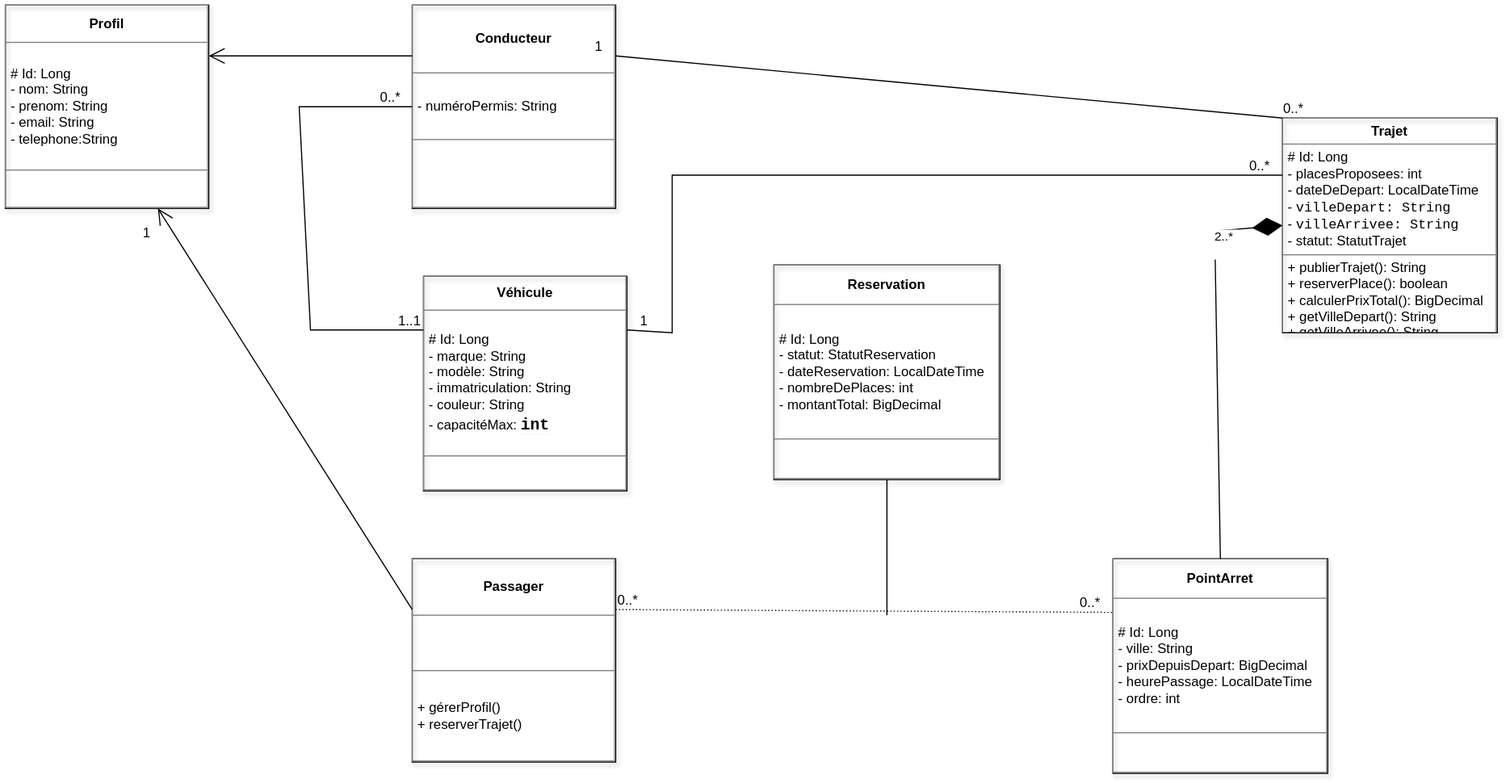
Above: docs/diagramme-classes.drawio.svg in OUTERGA-MOUSTAFA/Taxi (draw.io), before the change. Source tidied: cells renumbered, new cells last; positions are measured from the earlier drawing's top-left corner, leaving out a move shared by most shapes.
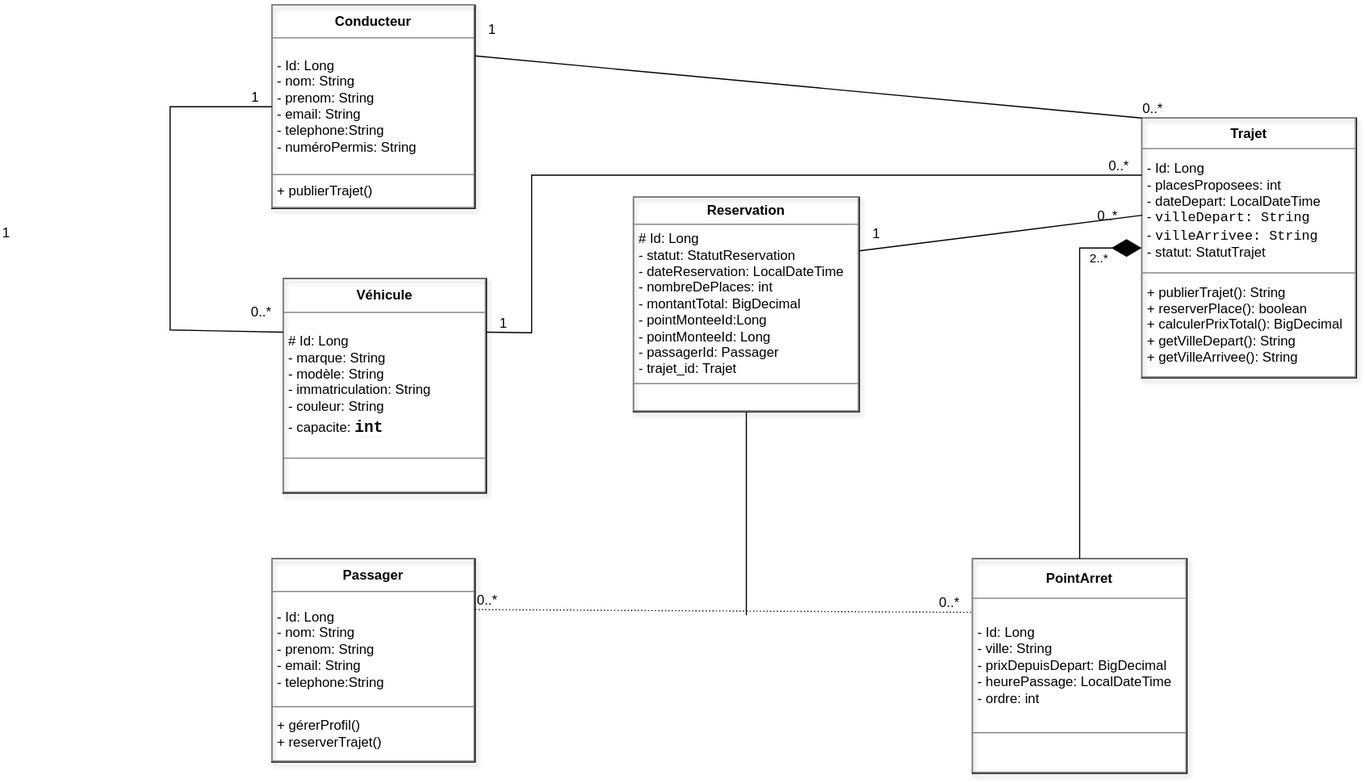
Later version of the same file.

The edit, as a diff of the source:
```diff
@@ -2,46 +2,48 @@
   <root>
     <mxCell id="0" />
     <mxCell id="1" parent="0" />
-    <mxCell id="2" value="&lt;table border=&quot;1&quot; width=&quot;100%&quot; height=&quot;100%&quot; cellpadding=&quot;4&quot; style=&quot;width:100%;height:100%;border-collapse:collapse;&quot;&gt;&lt;tbody&gt;&lt;tr&gt;&lt;th align=&quot;center&quot;&gt;Conducteur&lt;/th&gt;&lt;/tr&gt;&lt;tr&gt;&lt;td&gt;- numéroPermis: String&lt;/td&gt;&lt;/tr&gt;&lt;tr&gt;&lt;td&gt;&lt;br&gt;&lt;/td&gt;&lt;/tr&gt;&lt;/tbody&gt;&lt;/table&gt;" style="text;html=1;whiteSpace=wrap;strokeColor=#010101;fillColor=none;overflow=fill;shadow=1;" parent="1" vertex="1">
+    <mxCell id="2" value="&lt;table border=&quot;1&quot; width=&quot;100%&quot; height=&quot;100%&quot; cellpadding=&quot;4&quot; style=&quot;width:100%;height:100%;border-collapse:collapse;&quot;&gt;&lt;tbody&gt;&lt;tr&gt;&lt;th align=&quot;center&quot;&gt;Conducteur&lt;/th&gt;&lt;/tr&gt;&lt;tr&gt;&lt;td&gt;- Id: Long&lt;br&gt;- nom: String&lt;br&gt;- prenom: String&lt;br&gt;- email: String&lt;br&gt;- telephone:String&lt;br&gt;- numéroPermis: String&lt;/td&gt;&lt;/tr&gt;&lt;tr&gt;&lt;td&gt;+&amp;nbsp;publierTrajet()&lt;/td&gt;&lt;/tr&gt;&lt;/tbody&gt;&lt;/table&gt;" style="text;html=1;whiteSpace=wrap;strokeColor=#010101;fillColor=none;overflow=fill;shadow=1;" parent="1" vertex="1">
       <mxGeometry x="360" width="180" height="180" as="geometry" />
     </mxCell>
-    <mxCell id="3" value="&lt;table border=&quot;1&quot; width=&quot;100%&quot; height=&quot;100%&quot; cellpadding=&quot;4&quot; style=&quot;width:100%;height:100%;border-collapse:collapse;&quot;&gt;&lt;tbody&gt;&lt;tr&gt;&lt;th align=&quot;center&quot;&gt;Véhicule&lt;/th&gt;&lt;/tr&gt;&lt;tr&gt;&lt;td&gt;# Id: Long&lt;br&gt;- marque: String&lt;br&gt;- modèle: String&lt;br&gt;- immatriculation: String&lt;br&gt;- couleur: String&lt;br&gt;- capacitéMax:&amp;nbsp;&lt;span class=&quot;rQesXe MPyX&quot; style=&quot;font-family: &amp;quot;Google Sans&amp;quot;, Arial, sans-serif, &amp;quot;Noto Color Emoji&amp;quot;; font-size: 16px; font-weight: 700; margin: 0px; border-bottom: 0px rgb(10, 10, 10);&quot;&gt;&lt;code dir=&quot;ltr&quot; class=&quot;KDcb0c&quot; style=&quot;font-size: 14px; margin: 0px; border-bottom: 0.8px solid rgb(243, 245, 246);&quot;&gt;int&lt;/code&gt;&lt;/span&gt;&lt;br&gt;&lt;/td&gt;&lt;/tr&gt;&lt;tr&gt;&lt;td&gt;&lt;br&gt;&lt;/td&gt;&lt;/tr&gt;&lt;/tbody&gt;&lt;/table&gt;" style="text;html=1;whiteSpace=wrap;strokeColor=#010101;fillColor=none;overflow=fill;shadow=1;" parent="1" vertex="1">
-      <mxGeometry x="370" y="240" width="180" height="190" as="geometry" />
+    <mxCell id="3" value="&lt;table border=&quot;1&quot; width=&quot;100%&quot; height=&quot;100%&quot; cellpadding=&quot;4&quot; style=&quot;width:100%;height:100%;border-collapse:collapse;&quot;&gt;&lt;tbody&gt;&lt;tr&gt;&lt;th align=&quot;center&quot;&gt;Véhicule&lt;/th&gt;&lt;/tr&gt;&lt;tr&gt;&lt;td&gt;# Id: Long&lt;br&gt;- marque: String&lt;br&gt;- modèle: String&lt;br&gt;- immatriculation: String&lt;br&gt;- couleur: String&lt;br&gt;- capacite:&amp;nbsp;&lt;span class=&quot;rQesXe MPyX&quot; style=&quot;font-family: &amp;quot;Google Sans&amp;quot;, Arial, sans-serif, &amp;quot;Noto Color Emoji&amp;quot;; font-size: 16px; font-weight: 700; margin: 0px; border-bottom: 0px rgb(10, 10, 10);&quot;&gt;&lt;code dir=&quot;ltr&quot; class=&quot;KDcb0c&quot; style=&quot;font-size: 14px; margin: 0px; border-bottom: 0.8px solid rgb(243, 245, 246);&quot;&gt;int&lt;/code&gt;&lt;/span&gt;&lt;br&gt;&lt;/td&gt;&lt;/tr&gt;&lt;tr&gt;&lt;td&gt;&lt;br&gt;&lt;/td&gt;&lt;/tr&gt;&lt;/tbody&gt;&lt;/table&gt;" style="text;html=1;whiteSpace=wrap;strokeColor=#010101;fillColor=none;overflow=fill;shadow=1;" parent="1" vertex="1">
+      <mxGeometry x="370" y="242" width="180" height="190" as="geometry" />
     </mxCell>
-    <mxCell id="4" value="&lt;table border=&quot;1&quot; width=&quot;100%&quot; height=&quot;100%&quot; cellpadding=&quot;4&quot; style=&quot;width:100%;height:100%;border-collapse:collapse;&quot;&gt;&lt;tbody&gt;&lt;tr&gt;&lt;th align=&quot;center&quot;&gt;Passager&lt;/th&gt;&lt;/tr&gt;&lt;tr&gt;&lt;td&gt;&lt;br&gt;&lt;/td&gt;&lt;/tr&gt;&lt;tr&gt;&lt;td&gt;+ gérerProfil()&lt;br&gt;+&amp;nbsp;reserverTrajet()&lt;/td&gt;&lt;/tr&gt;&lt;/tbody&gt;&lt;/table&gt;" style="text;html=1;whiteSpace=wrap;strokeColor=#010101;fillColor=none;overflow=fill;shadow=1;" parent="1" vertex="1">
+    <mxCell id="4" value="&lt;table border=&quot;1&quot; width=&quot;100%&quot; height=&quot;100%&quot; cellpadding=&quot;4&quot; style=&quot;width:100%;height:100%;border-collapse:collapse;&quot;&gt;&lt;tbody&gt;&lt;tr&gt;&lt;th align=&quot;center&quot;&gt;Passager&lt;/th&gt;&lt;/tr&gt;&lt;tr&gt;&lt;td&gt;- Id: Long&lt;br&gt;- nom: String&lt;br&gt;- prenom: String&lt;br&gt;- email: String&lt;br&gt;- telephone:String&lt;/td&gt;&lt;/tr&gt;&lt;tr&gt;&lt;td&gt;+ gérerProfil()&lt;br&gt;+&amp;nbsp;reserverTrajet()&lt;/td&gt;&lt;/tr&gt;&lt;/tbody&gt;&lt;/table&gt;" style="text;html=1;whiteSpace=wrap;strokeColor=#010101;fillColor=none;overflow=fill;shadow=1;" parent="1" vertex="1">
       <mxGeometry x="360" y="490" width="180" height="180" as="geometry" />
     </mxCell>
-    <mxCell id="5" value="&lt;table border=&quot;1&quot; width=&quot;100%&quot; height=&quot;100%&quot; cellpadding=&quot;4&quot; style=&quot;width:100%;height:100%;border-collapse:collapse;&quot;&gt;&lt;tbody&gt;&lt;tr&gt;&lt;th align=&quot;center&quot;&gt;Trajet&lt;/th&gt;&lt;/tr&gt;&lt;tr&gt;&lt;td&gt;# Id: Long&lt;br&gt;- placesProposees: int&lt;br&gt;-&amp;nbsp;dateDeDepart: LocalDateTime&lt;br&gt;-&amp;nbsp;&lt;code dir=&quot;ltr&quot;&gt;villeDepart: String&lt;br&gt;&lt;/code&gt;- &lt;code dir=&quot;ltr&quot;&gt;villeArrivee: String&lt;/code&gt;&lt;br&gt;- statut:&amp;nbsp;StatutTrajet&lt;/td&gt;&lt;/tr&gt;&lt;tr&gt;&lt;td&gt;+ publierTrajet(): String&lt;br&gt;+ reserverPlace(): boolean&lt;br&gt;+ calculerPrixTotal(): BigDecimal&lt;br&gt;+&amp;nbsp;getVilleDepart(): String&lt;br&gt;+&amp;nbsp;getVilleArrivee(): String&lt;/td&gt;&lt;/tr&gt;&lt;/tbody&gt;&lt;/table&gt;" style="text;html=1;whiteSpace=wrap;strokeColor=#010101;fillColor=none;overflow=fill;shadow=1;" parent="1" vertex="1">
-      <mxGeometry x="1130" y="100" width="190" height="190" as="geometry" />
+    <mxCell id="5" value="&lt;table border=&quot;1&quot; width=&quot;100%&quot; height=&quot;100%&quot; cellpadding=&quot;4&quot; style=&quot;width:100%;height:100%;border-collapse:collapse;&quot;&gt;&lt;tbody&gt;&lt;tr&gt;&lt;th align=&quot;center&quot;&gt;Trajet&lt;/th&gt;&lt;/tr&gt;&lt;tr&gt;&lt;td&gt;- Id: Long&lt;br&gt;- placesProposees: int&lt;br&gt;-&amp;nbsp;dateDepart: LocalDateTime&lt;br&gt;-&amp;nbsp;&lt;code dir=&quot;ltr&quot;&gt;villeDepart: String&lt;br&gt;&lt;/code&gt;- &lt;code dir=&quot;ltr&quot;&gt;villeArrivee: String&lt;/code&gt;&lt;br&gt;- statut:&amp;nbsp;StatutTrajet&lt;/td&gt;&lt;/tr&gt;&lt;tr&gt;&lt;td&gt;+ publierTrajet(): String&lt;br&gt;+ reserverPlace(): boolean&lt;br&gt;+ calculerPrixTotal(): BigDecimal&lt;br&gt;+&amp;nbsp;getVilleDepart(): String&lt;br&gt;+&amp;nbsp;getVilleArrivee(): String&lt;/td&gt;&lt;/tr&gt;&lt;/tbody&gt;&lt;/table&gt;" style="text;html=1;whiteSpace=wrap;strokeColor=#010101;fillColor=none;overflow=fill;shadow=1;" parent="1" vertex="1">
+      <mxGeometry x="1130" y="100" width="190" height="230" as="geometry" />
     </mxCell>
-    <mxCell id="6" value="&lt;table border=&quot;1&quot; width=&quot;100%&quot; height=&quot;100%&quot; cellpadding=&quot;4&quot; style=&quot;width:100%;height:100%;border-collapse:collapse;&quot;&gt;&lt;tbody&gt;&lt;tr&gt;&lt;th align=&quot;center&quot;&gt;PointArret&lt;/th&gt;&lt;/tr&gt;&lt;tr&gt;&lt;td&gt;# Id: Long&lt;br&gt;- ville: String&lt;br&gt;- prixDepuisDepart:&amp;nbsp;BigDecimal&lt;br&gt;- heurePassage:&amp;nbsp;LocalDateTime&lt;br&gt;-&amp;nbsp;ordre: int&lt;/td&gt;&lt;/tr&gt;&lt;tr&gt;&lt;td&gt;&lt;br&gt;&lt;/td&gt;&lt;/tr&gt;&lt;/tbody&gt;&lt;/table&gt;" style="text;html=1;whiteSpace=wrap;strokeColor=#010101;fillColor=none;overflow=fill;shadow=1;" parent="1" vertex="1">
+    <mxCell id="6" value="&lt;table border=&quot;1&quot; width=&quot;100%&quot; height=&quot;100%&quot; cellpadding=&quot;4&quot; style=&quot;width:100%;height:100%;border-collapse:collapse;&quot;&gt;&lt;tbody&gt;&lt;tr&gt;&lt;th align=&quot;center&quot;&gt;PointArret&lt;/th&gt;&lt;/tr&gt;&lt;tr&gt;&lt;td&gt;- Id: Long&lt;br&gt;- ville: String&lt;br&gt;- prixDepuisDepart:&amp;nbsp;BigDecimal&lt;br&gt;- heurePassage:&amp;nbsp;LocalDateTime&lt;br&gt;-&amp;nbsp;ordre: int&lt;br&gt;&lt;/td&gt;&lt;/tr&gt;&lt;tr&gt;&lt;td&gt;&lt;br&gt;&lt;/td&gt;&lt;/tr&gt;&lt;/tbody&gt;&lt;/table&gt;" style="text;html=1;whiteSpace=wrap;strokeColor=#010101;fillColor=none;overflow=fill;shadow=1;" parent="1" vertex="1">
       <mxGeometry x="980" y="490" width="190" height="190" as="geometry" />
     </mxCell>
-    <mxCell id="7" value="&lt;table border=&quot;1&quot; width=&quot;100%&quot; height=&quot;100%&quot; cellpadding=&quot;4&quot; style=&quot;width:100%;height:100%;border-collapse:collapse;&quot;&gt;&lt;tbody&gt;&lt;tr&gt;&lt;th align=&quot;center&quot;&gt;Reservation&lt;/th&gt;&lt;/tr&gt;&lt;tr&gt;&lt;td&gt;# Id: Long&lt;br&gt;- statut: StatutReservation&lt;br&gt;- dateReservation: LocalDateTime&lt;br&gt;-&amp;nbsp;nombreDePlaces: int&lt;br&gt;-&amp;nbsp;montantTotal: BigDecimal&lt;/td&gt;&lt;/tr&gt;&lt;tr&gt;&lt;td&gt;&lt;br&gt;&lt;/td&gt;&lt;/tr&gt;&lt;/tbody&gt;&lt;/table&gt;" style="text;html=1;whiteSpace=wrap;strokeColor=#010101;fillColor=none;overflow=fill;shadow=1;" parent="1" vertex="1">
-      <mxGeometry x="680" y="230" width="200" height="190" as="geometry" />
+    <mxCell id="7" value="&lt;table border=&quot;1&quot; width=&quot;100%&quot; height=&quot;100%&quot; cellpadding=&quot;4&quot; style=&quot;width:100%;height:100%;border-collapse:collapse;&quot;&gt;&lt;tbody&gt;&lt;tr&gt;&lt;th align=&quot;center&quot;&gt;Reservation&lt;/th&gt;&lt;/tr&gt;&lt;tr&gt;&lt;td&gt;# Id: Long&lt;br&gt;- statut: StatutReservation&lt;br&gt;- dateReservation: LocalDateTime&lt;br&gt;-&amp;nbsp;nombreDePlaces: int&lt;br&gt;-&amp;nbsp;montantTotal: BigDecimal&lt;br&gt;-&amp;nbsp;pointMonteeId:Long&lt;br&gt;-&amp;nbsp;pointMonteeId: Long&lt;br&gt;- passagerId: Passager&lt;br&gt;-&amp;nbsp;trajet_id: Trajet&lt;br&gt;&lt;/td&gt;&lt;/tr&gt;&lt;tr&gt;&lt;td&gt;&lt;br&gt;&lt;/td&gt;&lt;/tr&gt;&lt;/tbody&gt;&lt;/table&gt;" style="text;html=1;whiteSpace=wrap;strokeColor=#010101;fillColor=none;overflow=fill;shadow=1;" parent="1" vertex="1">
+      <mxGeometry x="680" y="170" width="200" height="190" as="geometry" />
     </mxCell>
     <mxCell id="8" style="endArrow=none;html=1;rounded=0;defaultLabelBackgroundColor=page;labelPadding=0 4;exitX=0;exitY=0.5;exitDx=0;exitDy=0;entryX=0;entryY=0.25;entryDx=0;entryDy=0;" parent="1" edge="1" source="2" target="3">
       <mxGeometry x="-0.01" relative="1" as="geometry">
         <Array as="points">
-          <mxPoint x="260" y="90" />
+          <mxPoint x="270" y="90" />
           <mxPoint x="270" y="287.5" />
         </Array>
       </mxGeometry>
     </mxCell>
     <mxCell id="9" value="0..*" style="html=1;whiteSpace=wrap;align=left;verticalAlign=bottom;" parent="8" vertex="1">
       <mxGeometry x="-1" relative="1" as="geometry">
-        <mxPoint x="-30" as="offset" />
+        <mxPoint x="-20" y="190" as="offset" />
       </mxGeometry>
     </mxCell>
-    <mxCell id="10" value="1..1" style="html=1;whiteSpace=wrap;align=right;verticalAlign=bottom;" parent="8" vertex="1">
-      <mxGeometry x="1" relative="1" as="geometry" />
+    <mxCell id="10" value="1" style="html=1;whiteSpace=wrap;align=right;verticalAlign=bottom;" parent="8" vertex="1">
+      <mxGeometry x="1" relative="1" as="geometry">
+        <mxPoint x="-19" y="-199" as="offset" />
+      </mxGeometry>
     </mxCell>
     <mxCell id="11" style="endArrow=none;html=1;rounded=0;defaultLabelBackgroundColor=page;labelPadding=0 4;exitX=1;exitY=0.25;exitDx=0;exitDy=0;entryX=0;entryY=0;entryDx=0;entryDy=0;" parent="1" edge="1" source="2" target="5">
       <mxGeometry relative="1" as="geometry" />
     </mxCell>
     <mxCell id="12" value="1" style="html=1;whiteSpace=wrap;align=left;verticalAlign=bottom;" parent="11" vertex="1">
       <mxGeometry x="-1" relative="1" as="geometry">
-        <mxPoint x="-20" as="offset" />
+        <mxPoint x="10" y="-15" as="offset" />
       </mxGeometry>
     </mxCell>
     <mxCell id="13" value="0..*" style="html=1;whiteSpace=wrap;align=right;verticalAlign=bottom;" parent="11" vertex="1">
@@ -86,15 +88,15 @@
       </mxGeometry>
     </mxCell>
     <mxCell id="21" style="endArrow=diamondThin;endFill=1;endSize=24;html=1;rounded=0;defaultLabelBackgroundColor=page;labelPadding=0 4;exitX=0.5;exitY=0;exitDx=0;exitDy=0;entryX=0;entryY=0.5;entryDx=0;entryDy=0;" parent="1" edge="1" source="6" target="5">
-      <mxGeometry x="0.06" relative="1" as="geometry">
+      <mxGeometry x="0.05" relative="1" as="geometry">
         <Array as="points">
-          <mxPoint x="1070" y="200" />
+          <mxPoint x="1075" y="215" />
         </Array>
       </mxGeometry>
     </mxCell>
     <mxCell id="22" value="2..*&lt;div&gt;&lt;br&gt;&lt;/div&gt;" style="edgeLabel;html=1;align=center;verticalAlign=middle;inheritText=1;defaultLabelBackgroundColor=page;labelPadding=0 4;" parent="21" vertex="1">
       <mxGeometry x="0.89" y="1" relative="1" as="geometry">
-        <mxPoint x="-32" y="16" as="offset" />
+        <mxPoint x="-20" y="16" as="offset" />
       </mxGeometry>
     </mxCell>
     <mxCell id="23" style="endArrow=none;html=1;rounded=0;defaultLabelBackgroundColor=page;labelPadding=0 4;exitX=0.5;exitY=1;exitDx=0;exitDy=0;" parent="1" edge="1" source="7">
@@ -102,14 +104,18 @@
         <mxPoint x="780" y="540" as="targetPoint" />
       </mxGeometry>
     </mxCell>
-    <mxCell id="24" value="&lt;table border=&quot;1&quot; width=&quot;100%&quot; height=&quot;100%&quot; cellpadding=&quot;4&quot; style=&quot;width:100%;height:100%;border-collapse:collapse;&quot;&gt;&lt;tbody&gt;&lt;tr&gt;&lt;th align=&quot;center&quot;&gt;Profil&lt;/th&gt;&lt;/tr&gt;&lt;tr&gt;&lt;td&gt;# Id: Long&lt;br&gt;- nom: String&lt;br&gt;- prenom: String&lt;br&gt;- email: String&lt;br&gt;- telephone:String&lt;/td&gt;&lt;/tr&gt;&lt;tr&gt;&lt;td&gt;&lt;br&gt;&lt;/td&gt;&lt;/tr&gt;&lt;/tbody&gt;&lt;/table&gt;" style="text;html=1;whiteSpace=wrap;strokeColor=#010101;fillColor=none;overflow=fill;shadow=1;" parent="1" vertex="1">
-      <mxGeometry width="180" height="180" as="geometry" />
-    </mxCell>
-    <mxCell id="25" style="endArrow=open;endFill=1;endSize=12;html=1;rounded=0;defaultLabelBackgroundColor=page;labelPadding=0 4;exitX=0;exitY=0.25;exitDx=0;exitDy=0;entryX=0.75;entryY=1;entryDx=0;entryDy=0;" parent="1" edge="1" source="4" target="24">
-      <mxGeometry relative="1" as="geometry" />
-    </mxCell>
-    <mxCell id="26" style="endArrow=open;endFill=1;endSize=12;html=1;rounded=0;defaultLabelBackgroundColor=page;labelPadding=0 4;exitX=0;exitY=0.25;exitDx=0;exitDy=0;entryX=1;entryY=0.25;entryDx=0;entryDy=0;" parent="1" edge="1" source="2" target="24">
-      <mxGeometry relative="1" as="geometry" />
-    </mxCell>
+    <mxCell id="27" style="endArrow=none;html=1;rounded=0;defaultLabelBackgroundColor=page;labelPadding=0 4;exitX=1;exitY=0.25;exitDx=0;exitDy=0;entryX=0.003;entryY=0.374;entryDx=0;entryDy=0;entryPerimeter=0;" parent="1" edge="1" source="7" target="5">
+      <mxGeometry relative="1" as="geometry" />
+    </mxCell>
+    <mxCell id="28" value="1" style="html=1;whiteSpace=wrap;align=left;verticalAlign=bottom;" parent="27" vertex="1">
+      <mxGeometry x="-1" relative="1" as="geometry">
+        <mxPoint x="10" y="-7" as="offset" />
+      </mxGeometry>
+    </mxCell>
+    <mxCell id="29" value="0..*" style="html=1;whiteSpace=wrap;align=right;verticalAlign=bottom;" parent="27" vertex="1">
+      <mxGeometry x="1" relative="1" as="geometry">
+        <mxPoint x="-21" y="9" as="offset" />
+      </mxGeometry>
+    </mxCell>
   </root>
 </mxGraphModel>
```
